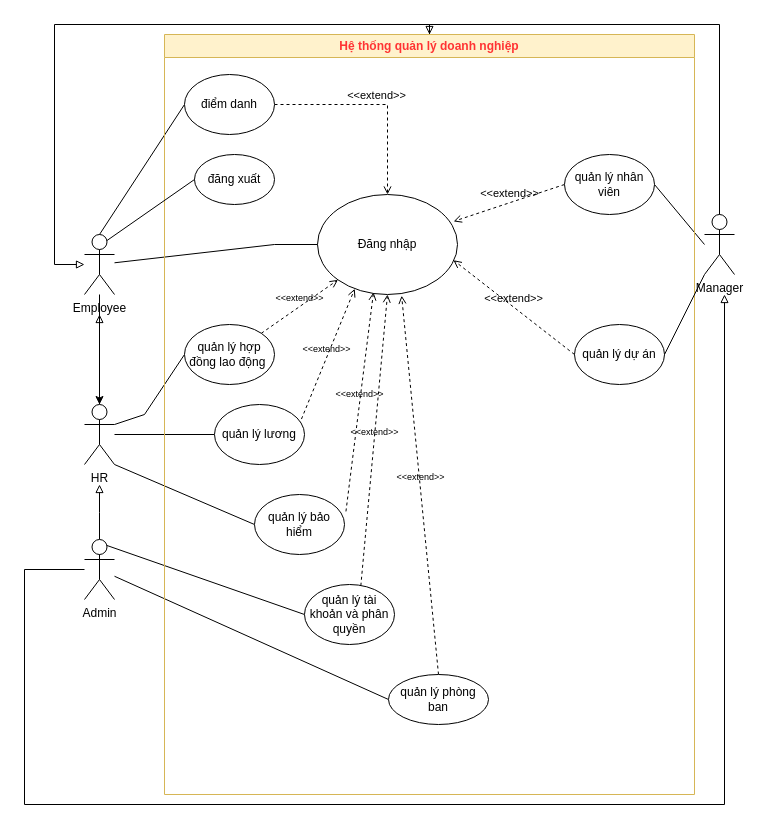
hoangda24312/Group4-DesigningSystem keeps this draw.io diagram as SoDoTongQuat.drawio. Above is the earlier version. Source tidied: cells renumbered, new cells numbered last; positions are measured from the earlier drawing's top-left corner, leaving out a move shared by most shapes. Both pictures are drawn from the tidied source at 100%, with x=0, y=0 at pixel (24, 24).
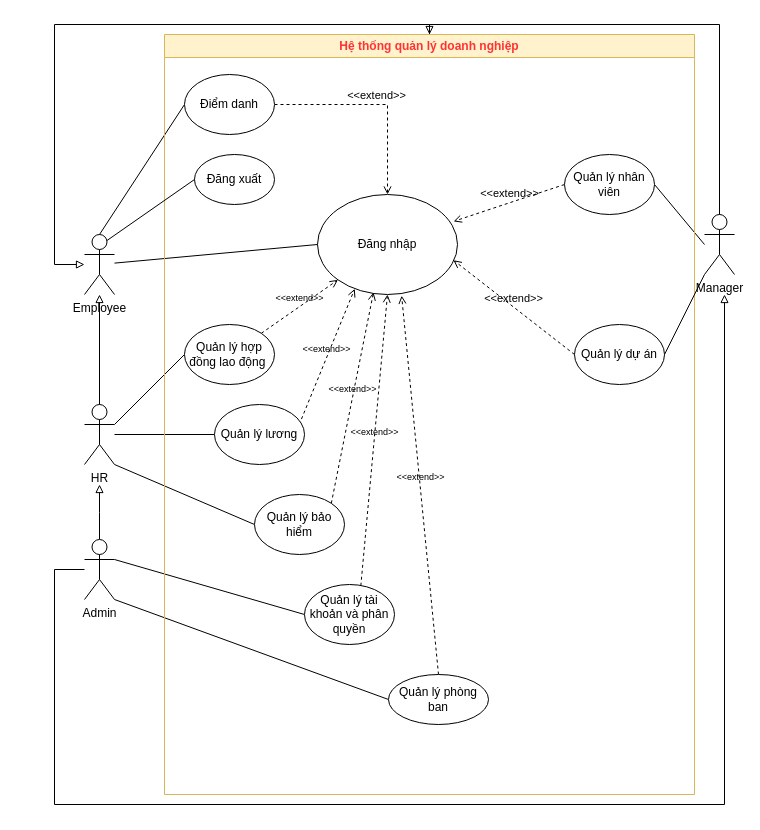
The same diagram, later.

Commit message:
sua so do tong quat

The change refers to these unchanged cells:
```xml
<mxCell id="4" value="Admin" style="shape=umlActor;verticalLabelPosition=bottom;verticalAlign=top;html=1;outlineConnect=0;" parent="1" vertex="1">
  <mxGeometry x="60" y="515" width="30" height="60" as="geometry" />
</mxCell>
<mxCell id="6" value="Employee" style="shape=umlActor;verticalLabelPosition=bottom;verticalAlign=top;html=1;outlineConnect=0;" parent="1" vertex="1">
  <mxGeometry x="60" y="210" width="30" height="60" as="geometry" />
</mxCell>
<mxCell id="9" value="HR" style="shape=umlActor;verticalLabelPosition=bottom;verticalAlign=top;html=1;outlineConnect=0;" parent="1" vertex="1">
  <mxGeometry x="60" y="380" width="30" height="60" as="geometry" />
</mxCell>
<mxCell id="10" value="Đăng nhập" style="ellipse;whiteSpace=wrap;html=1;" parent="1" vertex="1">
  <mxGeometry x="293" y="170" width="140" height="100" as="geometry" />
</mxCell>
<mxCell id="28" value="&lt;font style=&quot;color: rgb(255, 51, 51);&quot;&gt;Hệ thống quản lý doanh nghiệp&lt;/font&gt;" style="swimlane;whiteSpace=wrap;html=1;fillColor=#fff2cc;strokeColor=#d6b656;gradientColor=none;" parent="1" vertex="1">
  <mxGeometry x="140" y="10" width="530" height="760" as="geometry" />
</mxCell>
```

What changed in the source:
```diff
@@
     <mxCell id="3" style="edgeStyle=orthogonalEdgeStyle;rounded=0;jettySize=auto;html=1;endArrow=block;endFill=0;" parent="1" edge="1" source="4">
       <mxGeometry relative="1" as="geometry">
         <mxPoint x="700" y="270" as="targetPoint" />
         <Array as="points">
-          <mxPoint y="545" />
-          <mxPoint y="780" />
+          <mxPoint x="30" y="545" />
+          <mxPoint x="30" y="780" />
           <mxPoint x="700" y="780" />
         </Array>
       </mxGeometry>
     </mxCell>
@@
-    <mxCell id="5" style="edgeStyle=orthogonalEdgeStyle;rounded=0;jettySize=auto;html=1;" parent="1" edge="1" source="6" target="9">
-      <mxGeometry relative="1" as="geometry" />
-    </mxCell>
@@
-    <mxCell id="8" style="edgeStyle=orthogonalEdgeStyle;rounded=0;jettySize=auto;html=1;endArrow=block;endFill=0;" parent="1" edge="1" source="9">
-      <mxGeometry relative="1" as="geometry">
-        <mxPoint x="75" y="290" as="targetPoint" />
-      </mxGeometry>
-    </mxCell>
@@
     <mxCell id="13" style="endArrow=none;html=1;rounded=0;entryX=0;entryY=0.5;entryDx=0;entryDy=0;" parent="1" edge="1" source="6" target="10">
-      <mxGeometry relative="1" as="geometry">
-        <Array as="points">
-          <mxPoint x="250" y="220" />
-        </Array>
-      </mxGeometry>
+      <mxGeometry relative="1" as="geometry" />
     </mxCell>
@@
     <mxCell id="15" style="endArrow=none;html=1;rounded=0;entryX=0;entryY=0.5;entryDx=0;entryDy=0;" parent="1" edge="1" target="32">
       <mxGeometry relative="1" as="geometry">
         <mxPoint x="90" y="400" as="sourcePoint" />
-        <Array as="points">
-          <mxPoint x="120" y="390" />
-        </Array>
       </mxGeometry>
     </mxCell>
@@
-    <mxCell id="18" value="&lt;font style=&quot;font-size: 9px;&quot;&gt;&amp;lt;&amp;lt;extend&amp;gt;&amp;gt;&lt;/font&gt;" style="html=1;verticalAlign=bottom;labelBackgroundColor=none;endArrow=open;endFill=0;dashed=1;rounded=0;exitX=1.016;exitY=0.282;exitDx=0;exitDy=0;exitPerimeter=0;entryX=0.4;entryY=0.978;entryDx=0;entryDy=0;entryPerimeter=0;" parent="1" edge="1" source="34" target="10">
+    <mxCell id="18" value="&lt;font style=&quot;font-size: 9px;&quot;&gt;&amp;lt;&amp;lt;extend&amp;gt;&amp;gt;&lt;/font&gt;" style="html=1;verticalAlign=bottom;labelBackgroundColor=none;endArrow=open;endFill=0;dashed=1;rounded=0;exitX=1;exitY=0;exitDx=0;exitDy=0;entryX=0.4;entryY=0.978;entryDx=0;entryDy=0;entryPerimeter=0;" parent="1" edge="1" source="34" target="10">
       <mxGeometry relative="1" as="geometry" />
     </mxCell>
@@
-    <mxCell id="25" style="endArrow=none;html=1;rounded=0;entryX=0;entryY=0.5;entryDx=0;entryDy=0;exitX=0.75;exitY=0.1;exitDx=0;exitDy=0;exitPerimeter=0;" parent="1" edge="1" source="4" target="35">
+    <mxCell id="25" style="endArrow=none;html=1;rounded=0;entryX=0;entryY=0.5;entryDx=0;entryDy=0;exitX=1;exitY=0.3333333333333333;exitDx=0;exitDy=0;exitPerimeter=0;" parent="1" edge="1" source="4" target="35">
       <mxGeometry relative="1" as="geometry" />
     </mxCell>
-    <mxCell id="26" style="endArrow=none;html=1;rounded=0;entryX=0;entryY=0.5;entryDx=0;entryDy=0;" parent="1" edge="1" source="4" target="30">
+    <mxCell id="26" style="endArrow=none;html=1;rounded=0;entryX=0;entryY=0.5;entryDx=0;entryDy=0;exitX=1;exitY=1;exitDx=0;exitDy=0;exitPerimeter=0;" parent="1" edge="1" source="4" target="30">
       <mxGeometry relative="1" as="geometry" />
     </mxCell>
@@
-    <mxCell id="29" value="điểm danh" style="ellipse;whiteSpace=wrap;html=1;" parent="28" vertex="1">
+    <mxCell id="29" value="Điểm danh" style="ellipse;whiteSpace=wrap;html=1;" parent="28" vertex="1">
       <mxGeometry x="20" y="40" width="90" height="60" as="geometry" />
     </mxCell>
-    <mxCell id="30" value="quản lý phòng ban" style="ellipse;whiteSpace=wrap;html=1;" parent="28" vertex="1">
+    <mxCell id="30" value="Quản lý phòng ban" style="ellipse;whiteSpace=wrap;html=1;" parent="28" vertex="1">
       <mxGeometry x="224" y="640" width="100" height="50" as="geometry" />
     </mxCell>
-    <mxCell id="31" value="quản lý nhân viên" style="ellipse;whiteSpace=wrap;html=1;" parent="28" vertex="1">
+    <mxCell id="31" value="Quản lý nhân viên" style="ellipse;whiteSpace=wrap;html=1;" parent="28" vertex="1">
       <mxGeometry x="400" y="120" width="90" height="60" as="geometry" />
     </mxCell>
-    <mxCell id="32" value="quản lý hợp đồng lao động&amp;nbsp;" style="ellipse;whiteSpace=wrap;html=1;" parent="28" vertex="1">
+    <mxCell id="32" value="Quản lý hợp đồng lao động&amp;nbsp;" style="ellipse;whiteSpace=wrap;html=1;" parent="28" vertex="1">
       <mxGeometry x="20" y="290" width="90" height="60" as="geometry" />
     </mxCell>
-    <mxCell id="33" value="quản lý lương" style="ellipse;whiteSpace=wrap;html=1;" parent="28" vertex="1">
+    <mxCell id="33" value="Quản lý lương" style="ellipse;whiteSpace=wrap;html=1;" parent="28" vertex="1">
       <mxGeometry x="50" y="370" width="90" height="60" as="geometry" />
     </mxCell>
-    <mxCell id="34" value="quản lý bảo hiểm" style="ellipse;whiteSpace=wrap;html=1;" parent="28" vertex="1">
+    <mxCell id="34" value="Quản lý bảo hiểm" style="ellipse;whiteSpace=wrap;html=1;" parent="28" vertex="1">
       <mxGeometry x="90" y="460" width="90" height="60" as="geometry" />
     </mxCell>
-    <mxCell id="35" value="quản lý tài khoản và phân quyền" style="ellipse;whiteSpace=wrap;html=1;" parent="28" vertex="1">
+    <mxCell id="35" value="Quản lý tài khoản và phân quyền" style="ellipse;whiteSpace=wrap;html=1;" parent="28" vertex="1">
       <mxGeometry x="140" y="550" width="90" height="60" as="geometry" />
     </mxCell>
-    <mxCell id="36" value="quản lý dự án" style="ellipse;whiteSpace=wrap;html=1;" parent="28" vertex="1">
+    <mxCell id="36" value="Quản lý dự án" style="ellipse;whiteSpace=wrap;html=1;" parent="28" vertex="1">
       <mxGeometry x="410" y="290" width="90" height="60" as="geometry" />
     </mxCell>
-    <mxCell id="37" value="đăng xuất" style="ellipse;whiteSpace=wrap;html=1;" parent="28" vertex="1">
+    <mxCell id="37" value="Đăng xuất" style="ellipse;whiteSpace=wrap;html=1;" parent="28" vertex="1">
       <mxGeometry x="30" y="120" width="80" height="50" as="geometry" />
     </mxCell>
@@
+    <mxCell id="41" style="edgeStyle=orthogonalEdgeStyle;rounded=0;jettySize=auto;html=1;endArrow=block;endFill=0;exitX=0.5;exitY=0;exitDx=0;exitDy=0;exitPerimeter=0;" parent="1" edge="1" source="9" target="6">
+      <mxGeometry relative="1" as="geometry" />
+    </mxCell>
```
